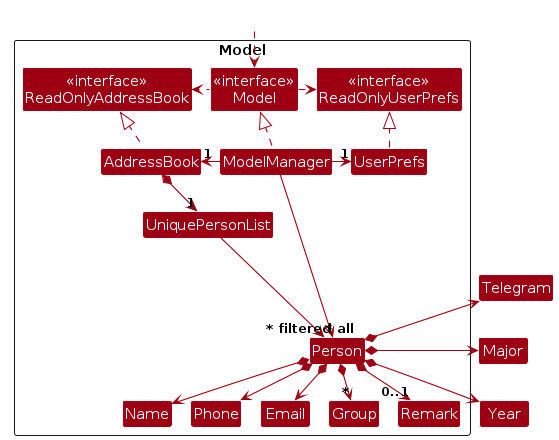
jocelyn-soh/tp keeps this PlantUML diagram as diagrams/ModelClassDiagram.png. Above is the earlier version. Its source is kept beside it as diagrams/ModelClassDiagram.puml.
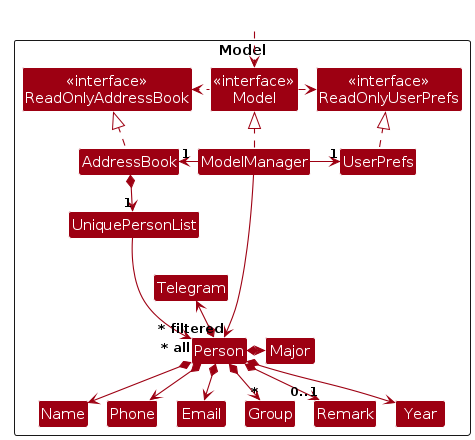
The same diagram one commit later.

Change to the diagram source:
```diff
@@ -20,6 +20,9 @@
 Class Phone
 Class Group
 Class Remark
+Class Year
+Class Major
+Class Telegram
 
 Class I #FFFFFF
 }
```
